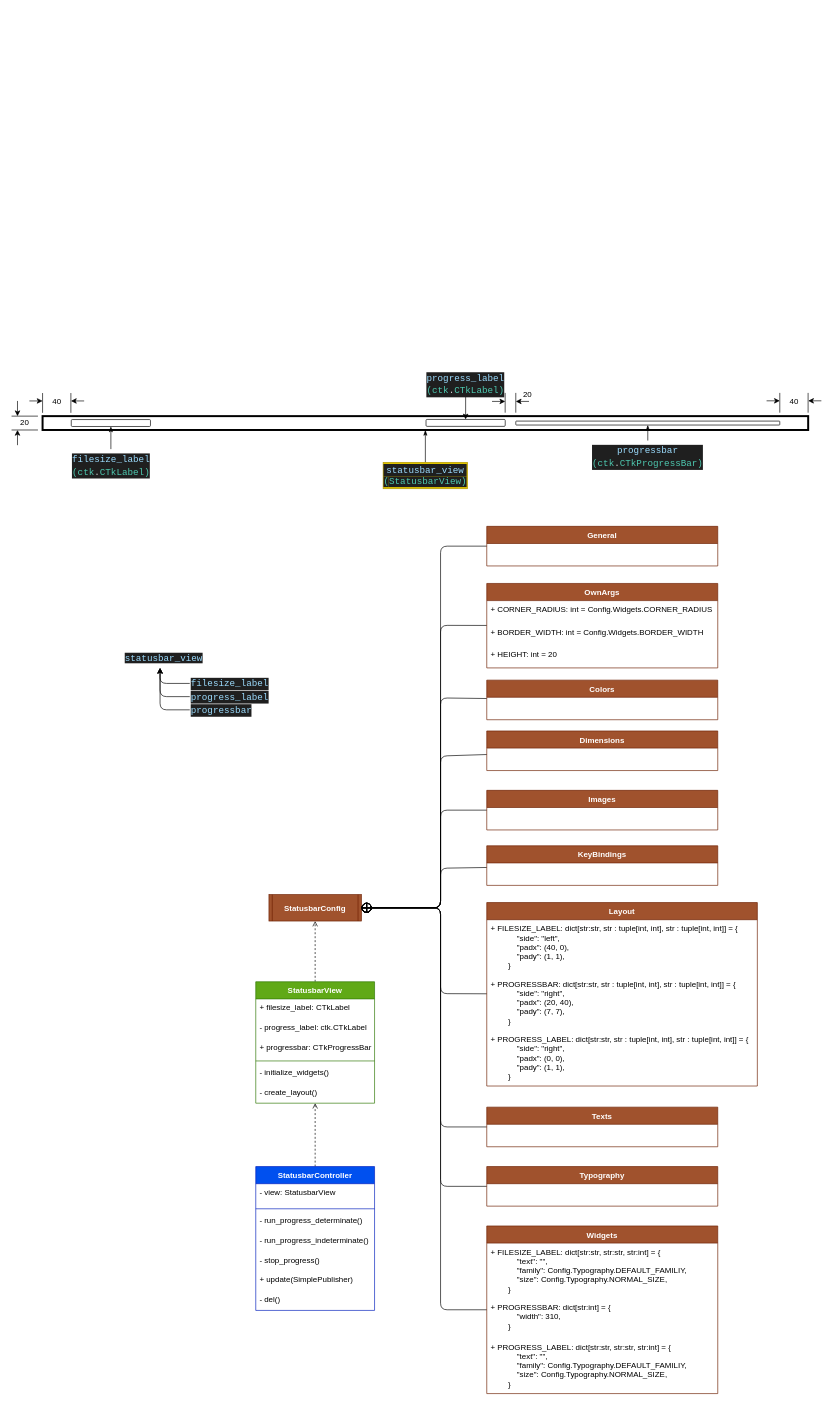
SamerKharabish/CSVision keeps this draw.io diagram as documentation/statusbar_ui.drawio. Above is the earlier version. Source tidied: cells renumbered, new cells numbered last; positions are measured from the earlier drawing's top-left corner, leaving out a move shared by most shapes. Both pictures are drawn from the tidied source at 66%, with x=0, y=0 at pixel (11, 368).
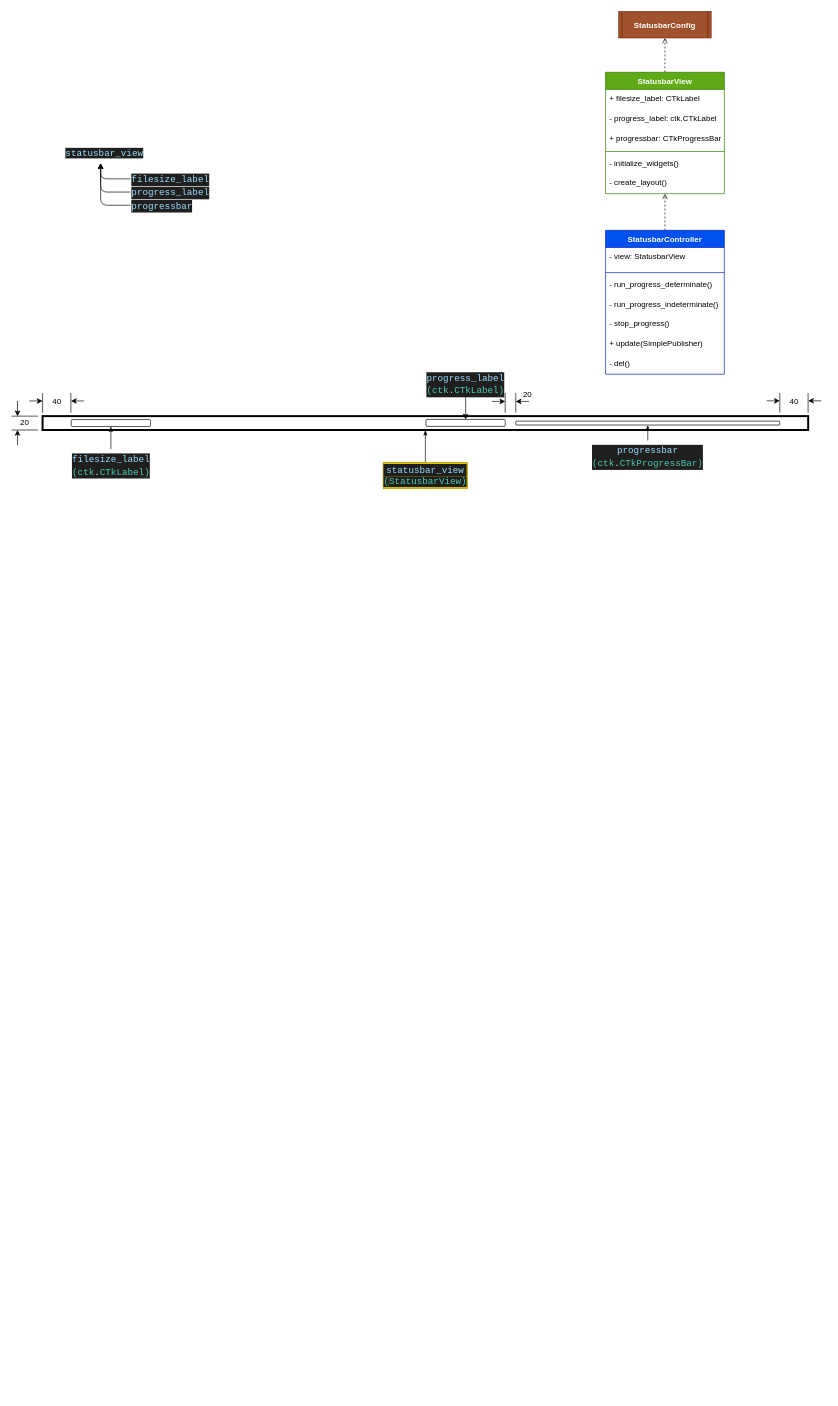
The same page after the edit.

The edit, as a diff of the source:
```diff
@@
     <mxCell id="35" value="StatusbarView" style="swimlane;fontStyle=1;align=center;verticalAlign=top;horizontal=1;startSize=26;rounded=0;fillColor=#60a917;fontColor=#ffffff;strokeColor=#2D7600;" parent="1" vertex="1">
-      <mxGeometry x="370" y="930" width="180" height="184" as="geometry" />
+      <mxGeometry x="900" y="-448" width="180" height="184" as="geometry" />
     </mxCell>
@@
     <mxCell id="43" value="StatusbarController" style="swimlane;fontStyle=1;align=center;verticalAlign=top;horizontal=1;startSize=26;rounded=0;fillColor=#0050ef;fontColor=#ffffff;strokeColor=#001DBC;" parent="1" vertex="1">
-      <mxGeometry x="370" y="1210" width="180" height="218" as="geometry" />
+      <mxGeometry x="900" y="-208.5" width="180" height="218" as="geometry" />
     </mxCell>
@@
-    <mxCell id="51" style="edgeStyle=none;html=1;entryX=1;entryY=0.5;entryDx=0;entryDy=0;endArrow=circlePlus;endFill=0;" parent="1" edge="1" source="52" target="53">
-      <mxGeometry relative="1" as="geometry">
-        <Array as="points">
-          <mxPoint x="650" y="270" />
-          <mxPoint x="650" y="818" />
-        </Array>
-      </mxGeometry>
-    </mxCell>
-    <mxCell id="52" value="General" style="swimlane;fontStyle=1;align=center;verticalAlign=top;horizontal=1;startSize=26;rounded=0;fillColor=#a0522d;fontColor=#ffffff;strokeColor=#6D1F00;" parent="1" vertex="1">
-      <mxGeometry x="720" y="240" width="350" height="60" as="geometry" />
-    </mxCell>
     <mxCell id="53" value="StatusbarConfig" style="shape=process2;fixedSize=1;size=5;fontStyle=1;fillColor=#a0522d;fontColor=#ffffff;strokeColor=#6D1F00;" parent="1" vertex="1">
-      <mxGeometry x="390" y="798" width="140" height="40" as="geometry" />
+      <mxGeometry x="920" y="-540" width="140" height="40" as="geometry" />
     </mxCell>
-    <mxCell id="54" style="edgeStyle=none;html=1;entryX=1;entryY=0.5;entryDx=0;entryDy=0;endArrow=circlePlus;endFill=0;" parent="1" edge="1" source="55" target="53">
-      <mxGeometry relative="1" as="geometry">
-        <Array as="points">
-          <mxPoint x="650" y="500" />
-          <mxPoint x="650" y="818" />
-        </Array>
-      </mxGeometry>
-    </mxCell>
-    <mxCell id="55" value="Colors" style="swimlane;fontStyle=1;align=center;verticalAlign=top;horizontal=1;startSize=26;rounded=0;fillColor=#a0522d;fontColor=#ffffff;strokeColor=#6D1F00;" parent="1" vertex="1">
-      <mxGeometry x="720" y="473" width="350" height="60" as="geometry" />
-    </mxCell>
-    <mxCell id="56" style="edgeStyle=none;html=1;entryX=1;entryY=0.5;entryDx=0;entryDy=0;endArrow=circlePlus;endFill=0;" parent="1" edge="1" source="57" target="53">
-      <mxGeometry relative="1" as="geometry">
-        <Array as="points">
-          <mxPoint x="650" y="588" />
-          <mxPoint x="650" y="818" />
-        </Array>
-      </mxGeometry>
-    </mxCell>
-    <mxCell id="57" value="Dimensions" style="swimlane;fontStyle=1;align=center;verticalAlign=top;horizontal=1;startSize=26;rounded=0;fillColor=#a0522d;fontColor=#ffffff;strokeColor=#6D1F00;" parent="1" vertex="1">
-      <mxGeometry x="720" y="550" width="350" height="60" as="geometry" />
-    </mxCell>
-    <mxCell id="58" style="edgeStyle=none;html=1;entryX=1;entryY=0.5;entryDx=0;entryDy=0;endArrow=circlePlus;endFill=0;" parent="1" edge="1" source="59" target="53">
-      <mxGeometry relative="1" as="geometry">
-        <Array as="points">
-          <mxPoint x="650" y="670" />
-          <mxPoint x="650" y="818" />
-        </Array>
-      </mxGeometry>
-    </mxCell>
-    <mxCell id="59" value="Images" style="swimlane;fontStyle=1;align=center;verticalAlign=top;horizontal=1;startSize=26;rounded=0;fillColor=#a0522d;fontColor=#ffffff;strokeColor=#6D1F00;" parent="1" vertex="1">
-      <mxGeometry x="720" y="640" width="350" height="60" as="geometry" />
-    </mxCell>
-    <mxCell id="60" style="edgeStyle=none;html=1;entryX=1;entryY=0.5;entryDx=0;entryDy=0;endArrow=circlePlus;endFill=0;" parent="1" edge="1" source="61" target="53">
-      <mxGeometry relative="1" as="geometry">
-        <Array as="points">
-          <mxPoint x="650" y="948" />
-          <mxPoint x="650" y="818" />
-        </Array>
-      </mxGeometry>
-    </mxCell>
-    <mxCell id="61" value="Layout" style="swimlane;fontStyle=1;align=center;verticalAlign=top;horizontal=1;startSize=26;rounded=0;fillColor=#a0522d;fontColor=#ffffff;strokeColor=#6D1F00;" parent="1" vertex="1">
-      <mxGeometry x="720" y="810" width="410" height="278" as="geometry" />
-    </mxCell>
-    <mxCell id="62" value="+ FILESIZE_LABEL: dict[str:str, str : tuple[int, int], str : tuple[int, int]] = {&#10;            &quot;side&quot;: &quot;left&quot;,&#10;            &quot;padx&quot;: (40, 0),&#10;            &quot;pady&quot;: (1, 1),&#10;        }" style="text;strokeColor=none;fillColor=none;align=left;verticalAlign=top;spacingLeft=4;spacingRight=4;overflow=hidden;rounded=0;" parent="61" vertex="1">
-      <mxGeometry y="26" width="410" height="84" as="geometry" />
-    </mxCell>
-    <mxCell id="63" value="+ PROGRESSBAR: dict[str:str, str : tuple[int, int], str : tuple[int, int]] = {&#10;            &quot;side&quot;: &quot;right&quot;,&#10;            &quot;padx&quot;: (20, 40),&#10;            &quot;pady&quot;: (7, 7),&#10;        }" style="text;strokeColor=none;fillColor=none;align=left;verticalAlign=top;spacingLeft=4;spacingRight=4;overflow=hidden;rounded=0;" parent="61" vertex="1">
-      <mxGeometry y="110" width="410" height="84" as="geometry" />
-    </mxCell>
-    <mxCell id="64" value="+ PROGRESS_LABEL: dict[str:str, str : tuple[int, int], str : tuple[int, int]] = {&#10;            &quot;side&quot;: &quot;right&quot;,&#10;            &quot;padx&quot;: (0, 0),&#10;            &quot;pady&quot;: (1, 1),&#10;        }" style="text;strokeColor=none;fillColor=none;align=left;verticalAlign=top;spacingLeft=4;spacingRight=4;overflow=hidden;rounded=0;" parent="61" vertex="1">
-      <mxGeometry y="194" width="410" height="84" as="geometry" />
-    </mxCell>
-    <mxCell id="65" style="edgeStyle=none;html=1;entryX=1;entryY=0.5;entryDx=0;entryDy=0;endArrow=circlePlus;endFill=0;" parent="1" edge="1" source="66" target="53">
-      <mxGeometry relative="1" as="geometry">
-        <Array as="points">
-          <mxPoint x="650" y="1240" />
-          <mxPoint x="650" y="818" />
-        </Array>
-      </mxGeometry>
-    </mxCell>
-    <mxCell id="66" value="Typography" style="swimlane;fontStyle=1;align=center;verticalAlign=top;horizontal=1;startSize=26;rounded=0;fillColor=#a0522d;fontColor=#ffffff;strokeColor=#6D1F00;" parent="1" vertex="1">
-      <mxGeometry x="720" y="1210" width="350" height="60" as="geometry" />
-    </mxCell>
-    <mxCell id="67" style="edgeStyle=none;html=1;entryX=1;entryY=0.5;entryDx=0;entryDy=0;endArrow=circlePlus;endFill=0;" parent="1" edge="1" source="68" target="53">
-      <mxGeometry relative="1" as="geometry">
-        <Array as="points">
-          <mxPoint x="650" y="1150" />
-          <mxPoint x="650" y="818" />
-        </Array>
-      </mxGeometry>
-    </mxCell>
-    <mxCell id="68" value="Texts" style="swimlane;fontStyle=1;align=center;verticalAlign=top;horizontal=1;startSize=26;rounded=0;fillColor=#a0522d;fontColor=#ffffff;strokeColor=#6D1F00;" parent="1" vertex="1">
-      <mxGeometry x="720" y="1120" width="350" height="60" as="geometry" />
-    </mxCell>
-    <mxCell id="69" style="edgeStyle=none;html=1;entryX=1;entryY=0.5;entryDx=0;entryDy=0;endArrow=circlePlus;endFill=0;" parent="1" edge="1" source="77" target="53">
-      <mxGeometry relative="1" as="geometry">
-        <Array as="points">
-          <mxPoint x="650" y="1427" />
-          <mxPoint x="650" y="818" />
-        </Array>
-      </mxGeometry>
-    </mxCell>
-    <mxCell id="70" style="edgeStyle=none;html=1;entryX=1;entryY=0.5;entryDx=0;entryDy=0;endArrow=circlePlus;endFill=0;" parent="1" edge="1" source="71" target="53">
-      <mxGeometry relative="1" as="geometry">
-        <Array as="points">
-          <mxPoint x="650" y="390" />
-          <mxPoint x="650" y="818" />
-        </Array>
-      </mxGeometry>
-    </mxCell>
-    <mxCell id="71" value="OwnArgs" style="swimlane;fontStyle=1;align=center;verticalAlign=top;horizontal=1;startSize=26;rounded=0;fillColor=#a0522d;fontColor=#ffffff;strokeColor=#6D1F00;" parent="1" vertex="1">
-      <mxGeometry x="720" y="326.5" width="350" height="128" as="geometry" />
-    </mxCell>
-    <mxCell id="72" value="+ CORNER_RADIUS: int = Config.Widgets.CORNER_RADIUS" style="text;strokeColor=none;fillColor=none;align=left;verticalAlign=top;spacingLeft=4;spacingRight=4;overflow=hidden;rounded=0;" parent="71" vertex="1">
-      <mxGeometry y="26" width="350" height="34" as="geometry" />
-    </mxCell>
-    <mxCell id="73" value="+ BORDER_WIDTH: int = Config.Widgets.BORDER_WIDTH" style="text;strokeColor=none;fillColor=none;align=left;verticalAlign=top;spacingLeft=4;spacingRight=4;overflow=hidden;rounded=0;" parent="71" vertex="1">
-      <mxGeometry y="60" width="350" height="34" as="geometry" />
-    </mxCell>
-    <mxCell id="74" value="+ HEIGHT: int = 20" style="text;strokeColor=none;fillColor=none;align=left;verticalAlign=top;spacingLeft=4;spacingRight=4;overflow=hidden;rounded=0;" parent="71" vertex="1">
-      <mxGeometry y="94" width="350" height="34" as="geometry" />
-    </mxCell>
-    <mxCell id="75" style="edgeStyle=none;html=1;entryX=1;entryY=0.5;entryDx=0;entryDy=0;endArrow=circlePlus;endFill=0;" parent="1" edge="1" source="76" target="53">
-      <mxGeometry relative="1" as="geometry">
-        <Array as="points">
-          <mxPoint x="650" y="758" />
-          <mxPoint x="650" y="818" />
-        </Array>
-      </mxGeometry>
-    </mxCell>
-    <mxCell id="76" value="KeyBindings" style="swimlane;fontStyle=1;align=center;verticalAlign=top;horizontal=1;startSize=26;rounded=0;fillColor=#a0522d;fontColor=#ffffff;strokeColor=#6D1F00;" parent="1" vertex="1">
-      <mxGeometry x="720" y="724" width="350" height="60" as="geometry" />
-    </mxCell>
-    <mxCell id="77" value="Widgets" style="swimlane;fontStyle=1;align=center;verticalAlign=top;horizontal=1;startSize=26;rounded=0;fillColor=#a0522d;fontColor=#ffffff;strokeColor=#6D1F00;" parent="1" vertex="1">
-      <mxGeometry x="720" y="1300" width="350" height="254" as="geometry" />
-    </mxCell>
-    <mxCell id="78" value="+ FILESIZE_LABEL: dict[str:str, str:str, str:int] = {&#10;            &quot;text&quot;: &quot;&quot;,&#10;            &quot;family&quot;: Config.Typography.DEFAULT_FAMILIY,&#10;            &quot;size&quot;: Config.Typography.NORMAL_SIZE,&#10;        }" style="text;strokeColor=none;fillColor=none;align=left;verticalAlign=top;spacingLeft=4;spacingRight=4;overflow=hidden;rounded=0;" parent="77" vertex="1">
-      <mxGeometry y="26" width="350" height="84" as="geometry" />
-    </mxCell>
-    <mxCell id="79" value="+ PROGRESSBAR: dict[str:int] = {&#10;            &quot;width&quot;: 310,&#10;        }" style="text;strokeColor=none;fillColor=none;align=left;verticalAlign=top;spacingLeft=4;spacingRight=4;overflow=hidden;rounded=0;" parent="77" vertex="1">
-      <mxGeometry y="110" width="350" height="60" as="geometry" />
-    </mxCell>
-    <mxCell id="80" value="+ PROGRESS_LABEL: dict[str:str, str:str, str:int] = {&#10;            &quot;text&quot;: &quot;&quot;,&#10;            &quot;family&quot;: Config.Typography.DEFAULT_FAMILIY,&#10;            &quot;size&quot;: Config.Typography.NORMAL_SIZE,&#10;        }" style="text;strokeColor=none;fillColor=none;align=left;verticalAlign=top;spacingLeft=4;spacingRight=4;overflow=hidden;rounded=0;" parent="77" vertex="1">
-      <mxGeometry y="170" width="350" height="84" as="geometry" />
-    </mxCell>
     <mxCell id="81" value="&lt;span style=&quot;color: rgb(156, 220, 254); font-family: Consolas, &amp;quot;Courier New&amp;quot;, monospace; font-size: 14px; text-align: center; background-color: rgb(31, 31, 31);&quot;&gt;statusbar_view&lt;/span&gt;" style="text;whiteSpace=wrap;html=1;" parent="1" vertex="1">
-      <mxGeometry x="170" y="424.5" width="110" height="30" as="geometry" />
+      <mxGeometry x="80" y="-340" width="110" height="30" as="geometry" />
     </mxCell>
     <mxCell id="82" style="edgeStyle=none;html=1;entryX=0.5;entryY=1;entryDx=0;entryDy=0;" parent="1" edge="1" source="83" target="81">
       <mxGeometry relative="1" as="geometry">
         <Array as="points">
-          <mxPoint x="225" y="478" />
+          <mxPoint x="135" y="-286.5" />
         </Array>
       </mxGeometry>
     </mxCell>
     <mxCell id="83" value="&lt;div style=&quot;color: rgb(204, 204, 204); background-color: rgb(31, 31, 31); font-family: Consolas, &amp;quot;Courier New&amp;quot;, monospace; font-size: 14px; line-height: 19px;&quot;&gt;&lt;span style=&quot;color: rgb(156, 220, 254); text-align: center;&quot;&gt;filesize_label&lt;/span&gt;&lt;br&gt;&lt;/div&gt;" style="text;whiteSpace=wrap;html=1;" parent="1" vertex="1">
-      <mxGeometry x="270" y="463" width="110" height="30" as="geometry" />
+      <mxGeometry x="180" y="-301.5" width="110" height="30" as="geometry" />
     </mxCell>
     <mxCell id="84" style="edgeStyle=none;html=1;entryX=0.5;entryY=1;entryDx=0;entryDy=0;" parent="1" edge="1" source="85" target="81">
       <mxGeometry relative="1" as="geometry">
         <Array as="points">
-          <mxPoint x="225" y="498" />
+          <mxPoint x="135" y="-266.5" />
         </Array>
       </mxGeometry>
     </mxCell>
     <mxCell id="85" value="&lt;div style=&quot;color: rgb(204, 204, 204); background-color: rgb(31, 31, 31); font-family: Consolas, &amp;quot;Courier New&amp;quot;, monospace; font-weight: normal; font-size: 14px; line-height: 19px;&quot;&gt;&lt;span style=&quot;color: rgb(156, 220, 254); text-align: center;&quot;&gt;progress_label&lt;/span&gt;&lt;br&gt;&lt;/div&gt;" style="text;whiteSpace=wrap;html=1;" parent="1" vertex="1">
-      <mxGeometry x="270" y="483" width="110" height="30" as="geometry" />
+      <mxGeometry x="180" y="-281.5" width="110" height="30" as="geometry" />
     </mxCell>
     <mxCell id="86" style="edgeStyle=none;html=1;entryX=0.5;entryY=1;entryDx=0;entryDy=0;" parent="1" edge="1" source="87" target="81">
       <mxGeometry relative="1" as="geometry">
         <Array as="points">
-          <mxPoint x="225" y="518" />
+          <mxPoint x="135" y="-246.5" />
         </Array>
       </mxGeometry>
     </mxCell>
     <mxCell id="87" value="&lt;div style=&quot;color: rgb(204, 204, 204); background-color: rgb(31, 31, 31); font-family: Consolas, &amp;quot;Courier New&amp;quot;, monospace; font-weight: normal; font-size: 14px; line-height: 19px;&quot;&gt;&lt;span style=&quot;color: rgb(156, 220, 254); text-align: center;&quot;&gt;progressbar&lt;/span&gt;&lt;br&gt;&lt;/div&gt;" style="text;whiteSpace=wrap;html=1;" parent="1" vertex="1">
-      <mxGeometry x="270" y="503" width="90" height="30" as="geometry" />
+      <mxGeometry x="180" y="-261.5" width="90" height="30" as="geometry" />
     </mxCell>
```
